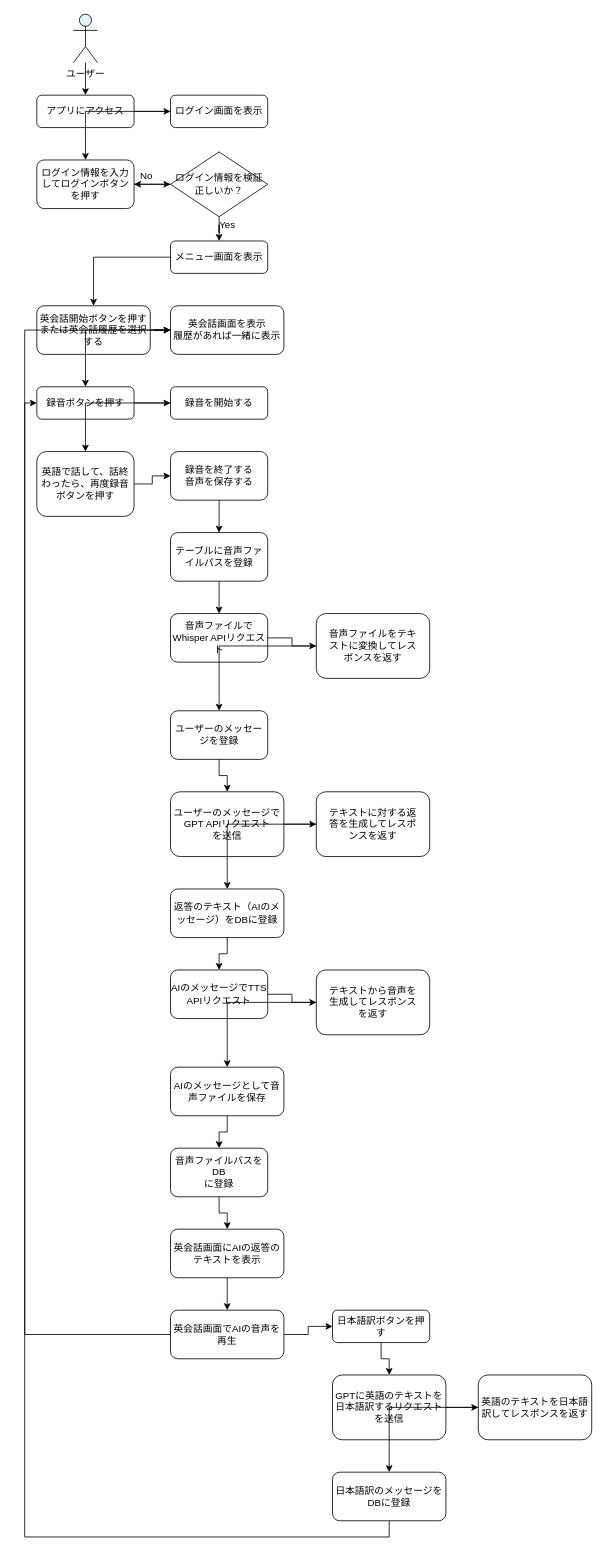
This is flow.drawio from Zakky4/ai-english-app, a draw.io file, before an edit. Source tidied: cells renumbered, new cells numbered last; positions are measured from the earlier drawing's top-left corner, leaving out a move shared by most shapes. Both pictures are drawn from the tidied source at 81%, with x=0, y=0 at pixel (24, 14).
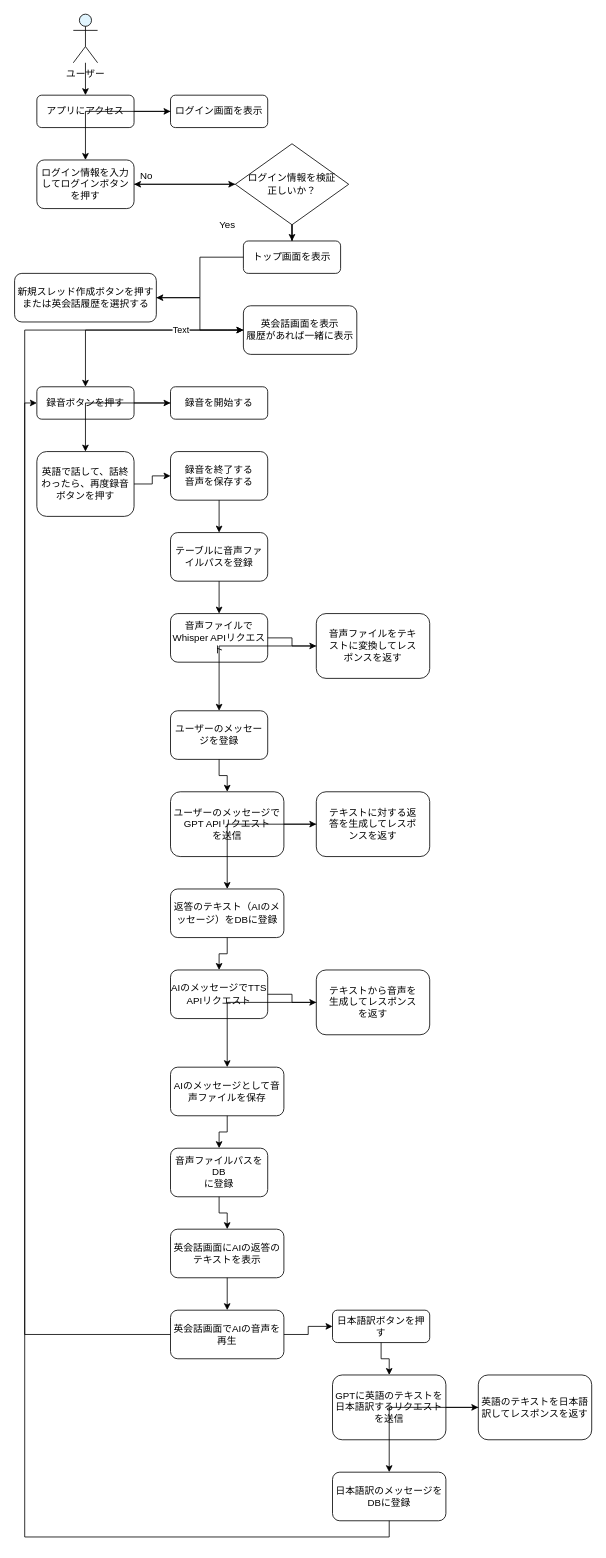
After the change.

Unchanged cells that the change refers to:
```xml
<mxCell id="60" style="edgeStyle=orthogonalEdgeStyle;rounded=0;jettySize=auto;html=1;" parent="1" edge="1" source="30" target="9">
  <mxGeometry relative="1" as="geometry">
    <Array as="points">
      <mxPoint x="450" y="1880" />
      <mxPoint y="1880" />
      <mxPoint y="390" />
      <mxPoint x="250" y="390" />
    </Array>
  </mxGeometry>
</mxCell>
```

Diff of the diagram source:
```diff
@@
     <mxCell id="6" value="ログイン情報を検証&lt;br&gt;正しいか？" style="rhombus;whiteSpace=wrap;html=1;" parent="1" vertex="1">
-      <mxGeometry x="180" y="170" width="120" height="80" as="geometry" />
+      <mxGeometry x="260" y="160" width="140" height="100" as="geometry" />
     </mxCell>
-    <mxCell id="7" value="メニュー画面を表示" style="rounded=1;whiteSpace=wrap;html=1;" parent="1" vertex="1">
-      <mxGeometry x="180" y="280" width="120" height="40" as="geometry" />
+    <mxCell id="7" value="トップ画面を表示" style="rounded=1;whiteSpace=wrap;html=1;" parent="1" vertex="1">
+      <mxGeometry x="270" y="280" width="120" height="40" as="geometry" />
     </mxCell>
-    <mxCell id="8" value="英会話開始ボタンを押す&lt;br&gt;または英会話履歴を選択する" style="rounded=1;whiteSpace=wrap;html=1;" parent="1" vertex="1">
-      <mxGeometry x="15" y="360" width="140" height="60" as="geometry" />
+    <mxCell id="8" value="新規スレッド作成ボタンを押す&lt;br&gt;または英会話履歴を選択する" style="rounded=1;whiteSpace=wrap;html=1;" parent="1" vertex="1">
+      <mxGeometry x="-12.5" y="320" width="175" height="60" as="geometry" />
     </mxCell>
     <mxCell id="9" value="英会話画面を表示&lt;br&gt;履歴があれば一緒に表示" style="rounded=1;whiteSpace=wrap;html=1;" parent="1" vertex="1">
-      <mxGeometry x="180" y="360" width="140" height="60" as="geometry" />
+      <mxGeometry x="270" y="360" width="140" height="60" as="geometry" />
     </mxCell>
@@
+    <mxCell id="64" value="Text" style="edgeLabel;html=1;align=center;verticalAlign=middle;" parent="60" vertex="1">
+      <mxGeometry x="0.93" y="1" relative="1" as="geometry" />
+    </mxCell>
```
